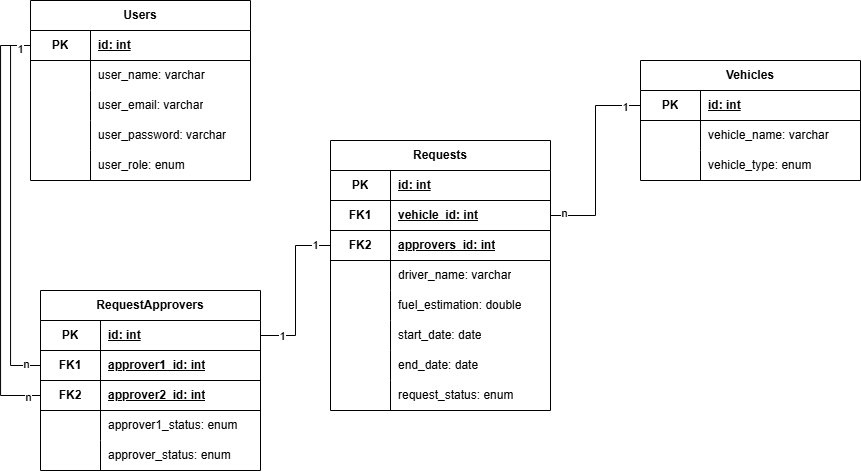
Above: public/diagrams/EntityRelationDiagram.png in rzqmhb/PoolingRequestSystem (draw.io), before the change. Source tidied: cells renumbered, new cells last; positions are measured from the earlier drawing's top-left corner, leaving out a move shared by most shapes.
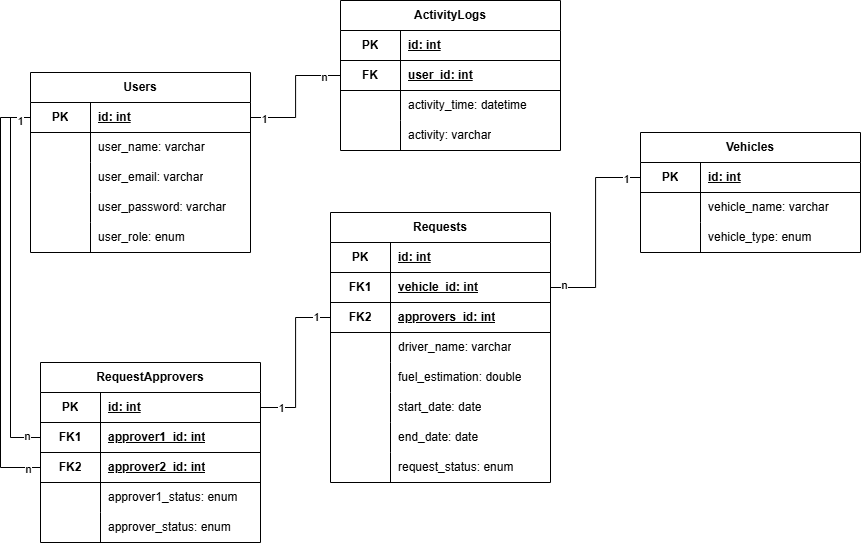
Above is the later version.

Diff of the diagram source:
```diff
@@ -243,5 +243,57 @@
     <mxCell id="79" value="1" style="edgeLabel;html=1;align=center;verticalAlign=middle;" parent="77" vertex="1">
       <mxGeometry x="0.85" y="-1" relative="1" as="geometry" />
     </mxCell>
+    <mxCell id="80" value="ActivityLogs" style="shape=table;startSize=30;rowLines=0;fontStyle=1;align=center;html=1;whiteSpace=wrap;" parent="1" vertex="1">
+      <mxGeometry x="340" y="-72" width="220" height="150" as="geometry" />
+    </mxCell>
+    <mxCell id="81" style="shape=tableRow;horizontal=0;startSize=0;swimlaneHead=0;swimlaneBody=0;fillColor=none;top=0;left=0;right=0;bottom=1;html=1;" parent="80" vertex="1">
+      <mxGeometry y="30" width="220" height="30" as="geometry" />
+    </mxCell>
+    <mxCell id="82" value="PK" style="shape=partialRectangle;fillColor=none;top=0;left=0;bottom=0;right=0;fontStyle=1;overflow=hidden;html=1;whiteSpace=wrap;" parent="81" vertex="1">
+      <mxGeometry width="60" height="30" as="geometry" />
+    </mxCell>
+    <mxCell id="83" value="id: int" style="shape=partialRectangle;fillColor=none;top=0;left=0;bottom=0;right=0;align=left;spacingLeft=6;fontStyle=5;overflow=hidden;html=1;whiteSpace=wrap;" parent="81" vertex="1">
+      <mxGeometry x="60" width="160" height="30" as="geometry" />
+    </mxCell>
+    <mxCell id="84" style="shape=tableRow;horizontal=0;startSize=0;swimlaneHead=0;swimlaneBody=0;fillColor=none;points=[[0,0.5],[1,0.5]];portConstraint=eastwest;top=0;left=0;right=0;bottom=1;html=1;" parent="80" vertex="1">
+      <mxGeometry y="60" width="220" height="30" as="geometry" />
+    </mxCell>
+    <mxCell id="85" value="FK" style="shape=partialRectangle;fillColor=none;top=0;left=0;bottom=0;right=0;fontStyle=1;overflow=hidden;html=1;whiteSpace=wrap;" parent="84" vertex="1">
+      <mxGeometry width="60" height="30" as="geometry" />
+    </mxCell>
+    <mxCell id="86" value="user_id: int" style="shape=partialRectangle;fillColor=none;top=0;left=0;bottom=0;right=0;align=left;spacingLeft=6;fontStyle=5;overflow=hidden;html=1;whiteSpace=wrap;" parent="84" vertex="1">
+      <mxGeometry x="60" width="160" height="30" as="geometry" />
+    </mxCell>
+    <mxCell id="87" style="shape=tableRow;horizontal=0;startSize=0;swimlaneHead=0;swimlaneBody=0;fillColor=none;top=0;left=0;right=0;bottom=0;html=1;" parent="80" vertex="1">
+      <mxGeometry y="90" width="220" height="30" as="geometry" />
+    </mxCell>
+    <mxCell id="88" style="shape=partialRectangle;fillColor=none;top=0;left=0;bottom=0;right=0;overflow=hidden;html=1;whiteSpace=wrap;" parent="87" vertex="1">
+      <mxGeometry width="60" height="30" as="geometry" />
+    </mxCell>
+    <mxCell id="89" value="activity_time: datetime" style="shape=partialRectangle;fillColor=none;top=0;left=0;bottom=0;right=0;align=left;spacingLeft=6;overflow=hidden;html=1;whiteSpace=wrap;" parent="87" vertex="1">
+      <mxGeometry x="60" width="160" height="30" as="geometry" />
+    </mxCell>
+    <mxCell id="90" style="shape=tableRow;horizontal=0;startSize=0;swimlaneHead=0;swimlaneBody=0;fillColor=none;top=0;left=0;right=0;bottom=0;html=1;" parent="80" vertex="1">
+      <mxGeometry y="120" width="220" height="30" as="geometry" />
+    </mxCell>
+    <mxCell id="91" style="shape=partialRectangle;fillColor=none;top=0;left=0;bottom=0;right=0;overflow=hidden;html=1;whiteSpace=wrap;" parent="90" vertex="1">
+      <mxGeometry width="60" height="30" as="geometry" />
+    </mxCell>
+    <mxCell id="92" value="activity: varchar" style="shape=partialRectangle;fillColor=none;top=0;left=0;bottom=0;right=0;align=left;spacingLeft=6;overflow=hidden;html=1;whiteSpace=wrap;" parent="90" vertex="1">
+      <mxGeometry x="60" width="160" height="30" as="geometry" />
+    </mxCell>
+    <mxCell id="93" style="edgeStyle=orthogonalEdgeStyle;rounded=0;jettySize=auto;html=1;exitX=1;exitY=0.5;exitDx=0;exitDy=0;entryX=0;entryY=0.5;entryDx=0;entryDy=0;endArrow=none;endFill=0;" parent="1" edge="1" source="3" target="84">
+      <mxGeometry relative="1" as="geometry" />
+    </mxCell>
+    <mxCell id="94" value="n" style="edgeLabel;html=1;align=center;verticalAlign=middle;" parent="93" vertex="1">
+      <mxGeometry x="0.77" y="-1" relative="1" as="geometry">
+        <mxPoint x="-1" as="offset" />
+      </mxGeometry>
+    </mxCell>
+    <mxCell id="95" value="1" style="edgeLabel;html=1;align=center;verticalAlign=middle;" parent="93" vertex="1">
+      <mxGeometry x="-0.86" y="-1" relative="1" as="geometry">
+        <mxPoint x="4" as="offset" />
+      </mxGeometry>
+    </mxCell>
   </root>
 </mxGraphModel>
```
